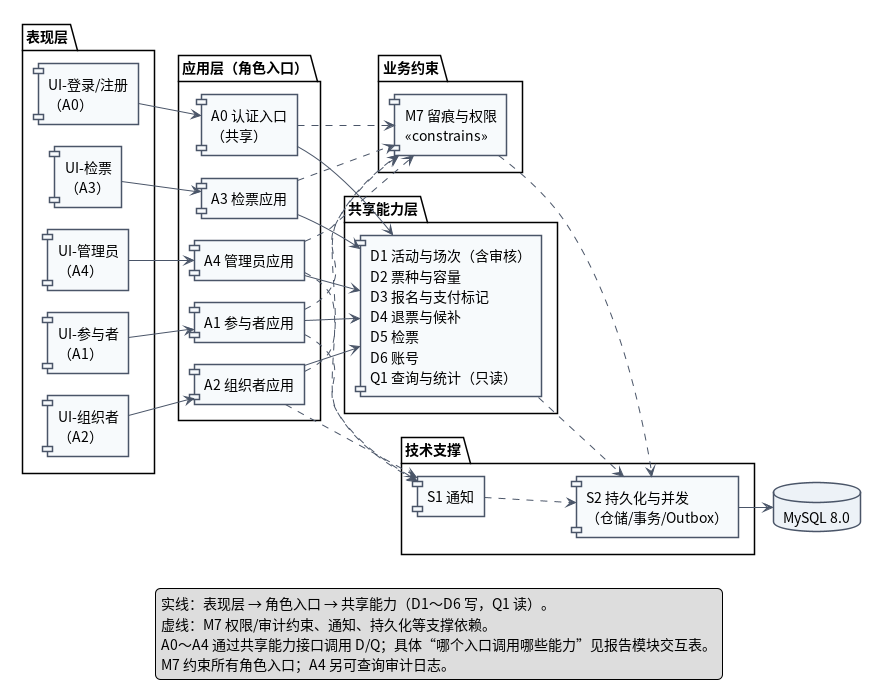
The PlantUML diagram lab2/UML/UML组件图.png in Lewis-44-China/se-lab1-requirements, before a commit.
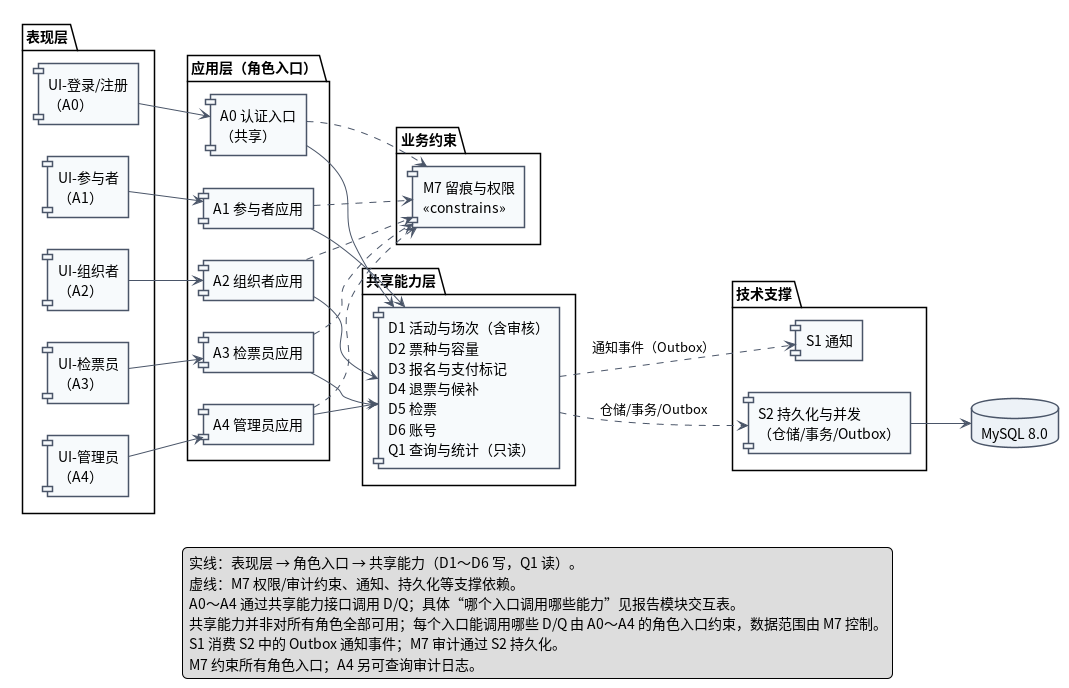
The same file after the commit.

Commit message:
lab2: 调整组件图排版与技术支撑连接

What changed in the source:
```diff
@@ -5,8 +5,8 @@
 skinparam shadowing false
 skinparam packageStyle rectangle
 skinparam ArrowColor #4A5568
-skinparam nodesep 22
-skinparam ranksep 35
+skinparam nodesep 32
+skinparam ranksep 55
 skinparam component {
   BackgroundColor #F7FAFC
   BorderColor #4A5568
@@ -20,14 +20,14 @@
   [UI-登录/注册\n（A0）] as U0
   [UI-参与者\n（A1）] as U1
   [UI-组织者\n（A2）] as U2
-  [UI-检票\n（A3）] as U3
+  [UI-检票员\n（A3）] as U3
   [UI-管理员\n（A4）] as U4
 }
 package "应用层（角色入口）" {
   [A0 认证入口\n（共享）] as A0
   [A1 参与者应用] as A1
   [A2 组织者应用] as A2
-  [A3 检票应用] as A3
+  [A3 检票员应用] as A3
   [A4 管理员应用] as A4
 }
 package "业务约束" {
@@ -60,18 +60,16 @@
 A3 ..> M7
 A4 ..> M7
 
-A1 ..> S1
-A2 ..> S1
-A4 ..> S1
-CAP ..> S2
-M7 ..> S2
-S1 ..> S2
+CAP ..> S1 : 通知事件（Outbox）
+CAP ..> S2 : 仓储/事务/Outbox
 S2 --> DB
 
 legend bottom
   实线：表现层 → 角色入口 → 共享能力（D1～D6 写，Q1 读）。
   虚线：M7 权限/审计约束、通知、持久化等支撑依赖。
   A0～A4 通过共享能力接口调用 D/Q；具体“哪个入口调用哪些能力”见报告模块交互表。
+  共享能力并非对所有角色全部可用；每个入口能调用哪些 D/Q 由 A0～A4 的角色入口约束，数据范围由 M7 控制。
+  S1 消费 S2 中的 Outbox 通知事件；M7 审计通过 S2 持久化。
   M7 约束所有角色入口；A4 另可查询审计日志。
 endlegend
 
```
